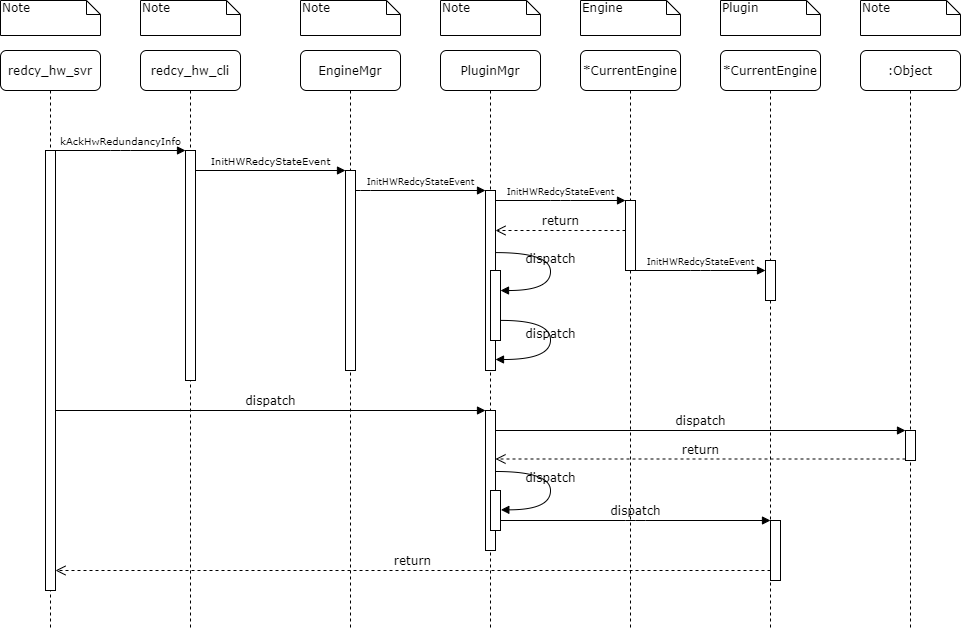
Earlier version of the draw.io export UML/StartRedundancy.png (Steve888888/FN-Redundancy). Source tidied: cells renumbered, new cells last; positions are measured from the earlier drawing's top-left corner, leaving out a move shared by most shapes.
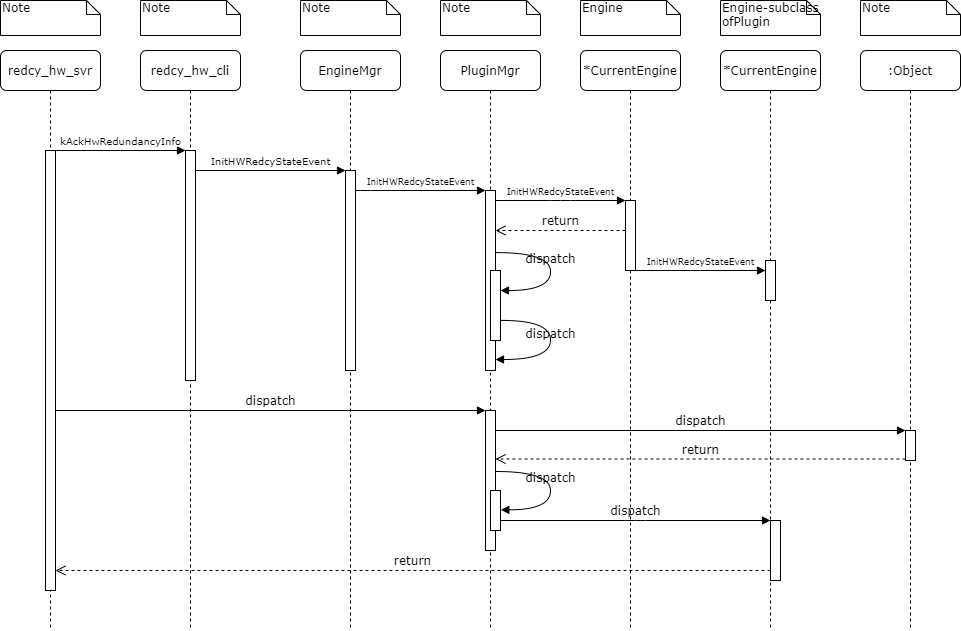
Later version of the same file.

Diff of the diagram source:
```diff
@@ -141,7 +141,7 @@
     <mxCell id="37" value="Engine" style="shape=note;whiteSpace=wrap;html=1;size=14;verticalAlign=top;align=left;spacingTop=-6;rounded=0;shadow=0;comic=0;labelBackgroundColor=none;strokeWidth=1;fontFamily=Verdana;fontSize=12;" parent="1" vertex="1">
       <mxGeometry x="580" width="100" height="35" as="geometry" />
     </mxCell>
-    <mxCell id="38" value="Plugin" style="shape=note;whiteSpace=wrap;html=1;size=14;verticalAlign=top;align=left;spacingTop=-6;rounded=0;shadow=0;comic=0;labelBackgroundColor=none;strokeWidth=1;fontFamily=Verdana;fontSize=12;" parent="1" vertex="1">
+    <mxCell id="38" value="Engine-subclass ofPlugin" style="shape=note;whiteSpace=wrap;html=1;size=14;verticalAlign=top;align=left;spacingTop=-6;rounded=0;shadow=0;comic=0;labelBackgroundColor=none;strokeWidth=1;fontFamily=Verdana;fontSize=12;" parent="1" vertex="1">
       <mxGeometry x="720" width="100" height="35" as="geometry" />
     </mxCell>
     <mxCell id="39" value="Note" style="shape=note;whiteSpace=wrap;html=1;size=14;verticalAlign=top;align=left;spacingTop=-6;rounded=0;shadow=0;comic=0;labelBackgroundColor=none;strokeWidth=1;fontFamily=Verdana;fontSize=12;" parent="1" vertex="1">
```
